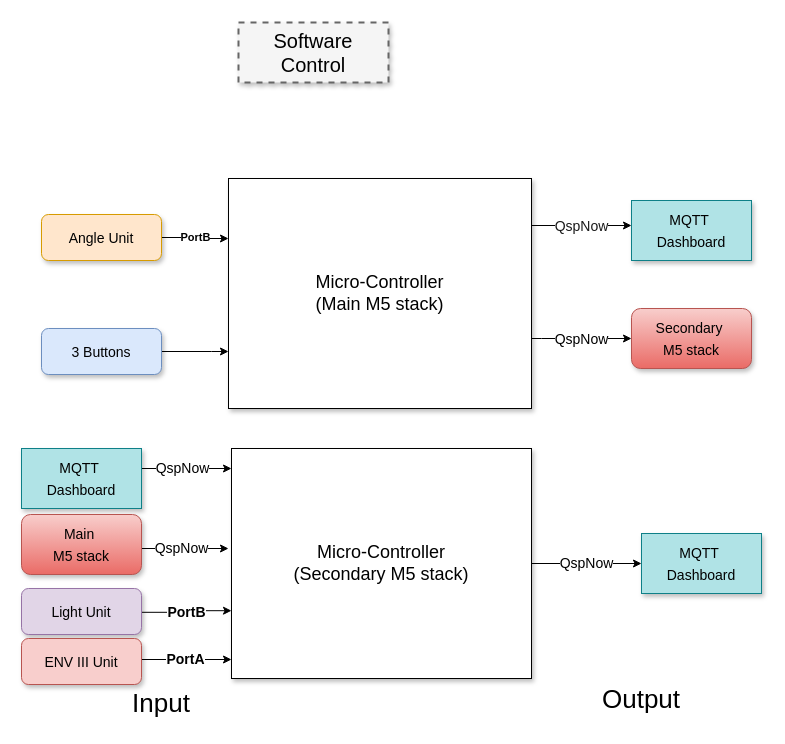
The draw.io diagram Untitled Diagram.drawio in Doris252/EEP, before the edit. Source tidied: cells renumbered, new cells numbered last; positions are measured from the earlier drawing's top-left corner, leaving out a move shared by most shapes. Both pictures are drawn from the tidied source at 100%, with x=0, y=0 at pixel (21, 22).
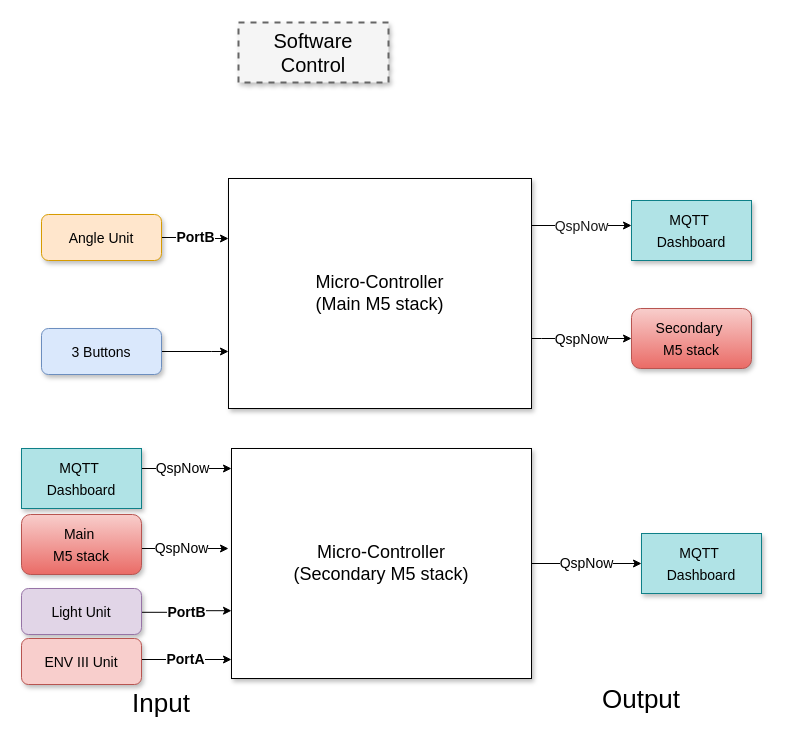
After the change.

Unchanged cells that the change refers to:
```xml
<mxCell id="5" value="Micro-Controller&lt;div&gt;(Main M5 stack)&lt;/div&gt;" style="whiteSpace=wrap;html=1;shadow=1;fontSize=18;" parent="1" vertex="1">
  <mxGeometry x="207" y="156" width="303" height="230" as="geometry" />
</mxCell>
<mxCell id="9" value="&lt;font style=&quot;font-size: 14px;&quot;&gt;Angle Unit&lt;/font&gt;" style="rounded=1;whiteSpace=wrap;html=1;fontSize=18;shadow=1;fillColor=#ffe6cc;strokeColor=#d79b00;" parent="1" vertex="1">
  <mxGeometry x="20" y="192" width="120" height="46" as="geometry" />
</mxCell>
```

What changed in the source:
```diff
@@
-    <mxCell id="8" value="&lt;b&gt;PortB&lt;/b&gt;" style="edgeStyle=orthogonalEdgeStyle;rounded=0;jettySize=auto;html=1;" parent="1" edge="1" source="9" target="5">
+    <mxCell id="8" value="&lt;b&gt;&lt;font style=&quot;font-size: 14px;&quot;&gt;PortB&lt;/font&gt;&lt;/b&gt;" style="edgeStyle=orthogonalEdgeStyle;rounded=0;jettySize=auto;html=1;" parent="1" edge="1" source="9" target="5">
       <mxGeometry relative="1" as="geometry">
         <Array as="points">
           <mxPoint x="174" y="215" />
           <mxPoint x="174" y="216" />
         </Array>
       </mxGeometry>
     </mxCell>
```
